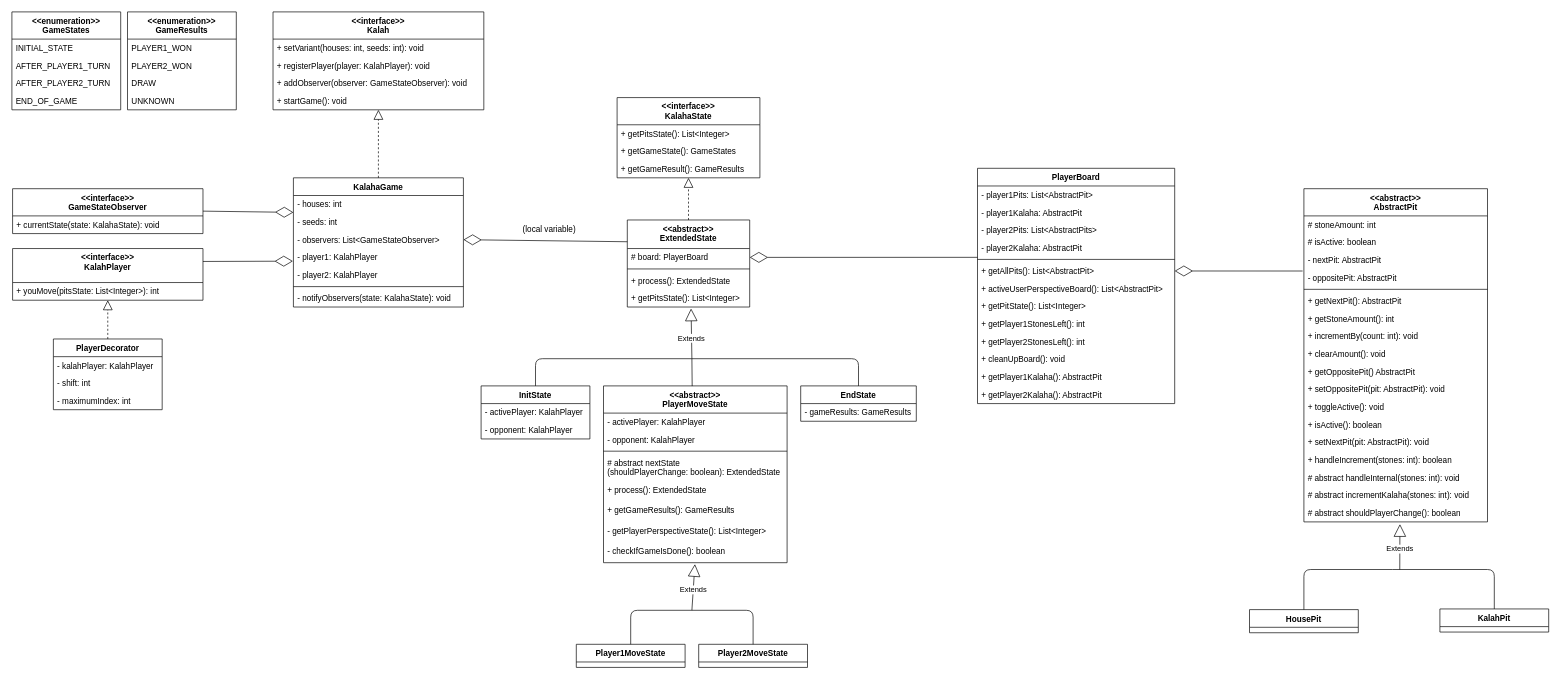
The draw.io diagram class_diagram.drawio in Nevaan/uj-kalaha, before the edit. Source tidied: cells renumbered, new cells numbered last; positions are measured from the earlier drawing's top-left corner, leaving out a move shared by most shapes. Both pictures are drawn from the tidied source at 68%, with x=0, y=0 at pixel (12, 12).
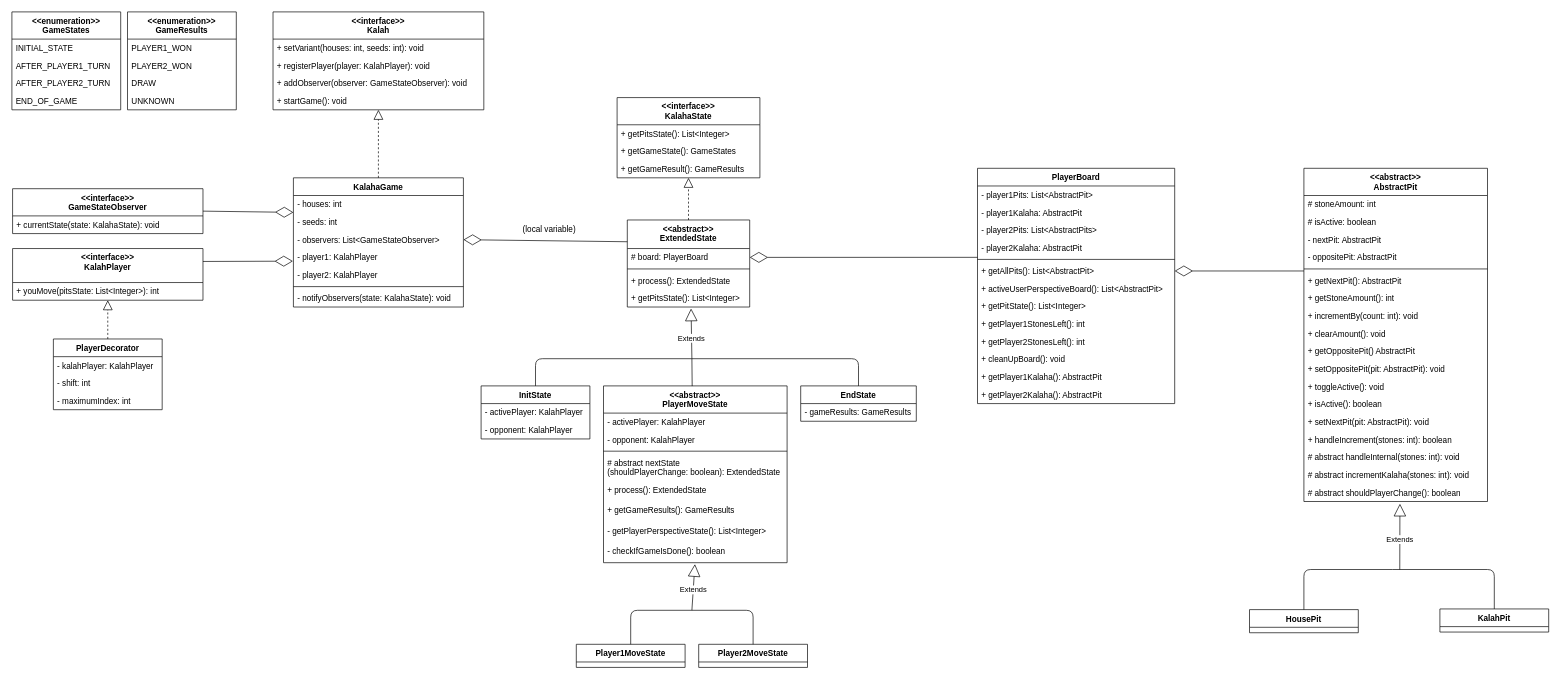
The same page after the edit.

The change refers to these unchanged cells:
```xml
<mxCell id="75" value="+ getAllPits(): List&lt;AbstractPit&gt;" style="text;strokeColor=none;fillColor=none;align=left;verticalAlign=top;spacingLeft=4;spacingRight=4;overflow=hidden;points=[[0,0.5],[1,0.5]];portConstraint=eastwest;" parent="69" vertex="1">
  <mxGeometry y="138" width="290" height="26" as="geometry" />
</mxCell>
<mxCell id="88" value="- oppositePit: AbstractPit" style="text;strokeColor=none;fillColor=none;align=left;verticalAlign=top;spacingLeft=4;spacingRight=4;overflow=hidden;points=[[0,0.5],[1,0.5]];portConstraint=eastwest;" parent="84" vertex="1">
  <mxGeometry y="118" width="270" height="26" as="geometry" />
</mxCell>
```

The edit, as a diff of the source:
```diff
@@
     <mxCell id="84" value="&lt;&lt;abstract&gt;&gt;&#10;AbstractPit" style="swimlane;fontStyle=1;align=center;verticalAlign=top;horizontal=1;startSize=40;" parent="1" vertex="1">
-      <mxGeometry x="1900" y="260" width="270" height="490" as="geometry" />
+      <mxGeometry x="1900" y="230" width="270" height="490" as="geometry" />
     </mxCell>
@@
-    <mxCell id="108" style="endArrow=diamondThin;endFill=0;endSize=24;html=1;entryX=1;entryY=0.5;entryDx=0;entryDy=0;exitX=-0.007;exitY=0.117;exitDx=0;exitDy=0;exitPerimeter=0;" parent="1" edge="1" source="88" target="75">
-      <mxGeometry relative="1" as="geometry" />
+    <mxCell id="108" style="endArrow=diamondThin;endFill=0;endSize=24;html=1;entryX=1;entryY=0.5;entryDx=0;entryDy=0;" parent="1" edge="1" target="75">
+      <mxGeometry relative="1" as="geometry">
+        <mxPoint x="1900" y="381" as="sourcePoint" />
+      </mxGeometry>
     </mxCell>
```
